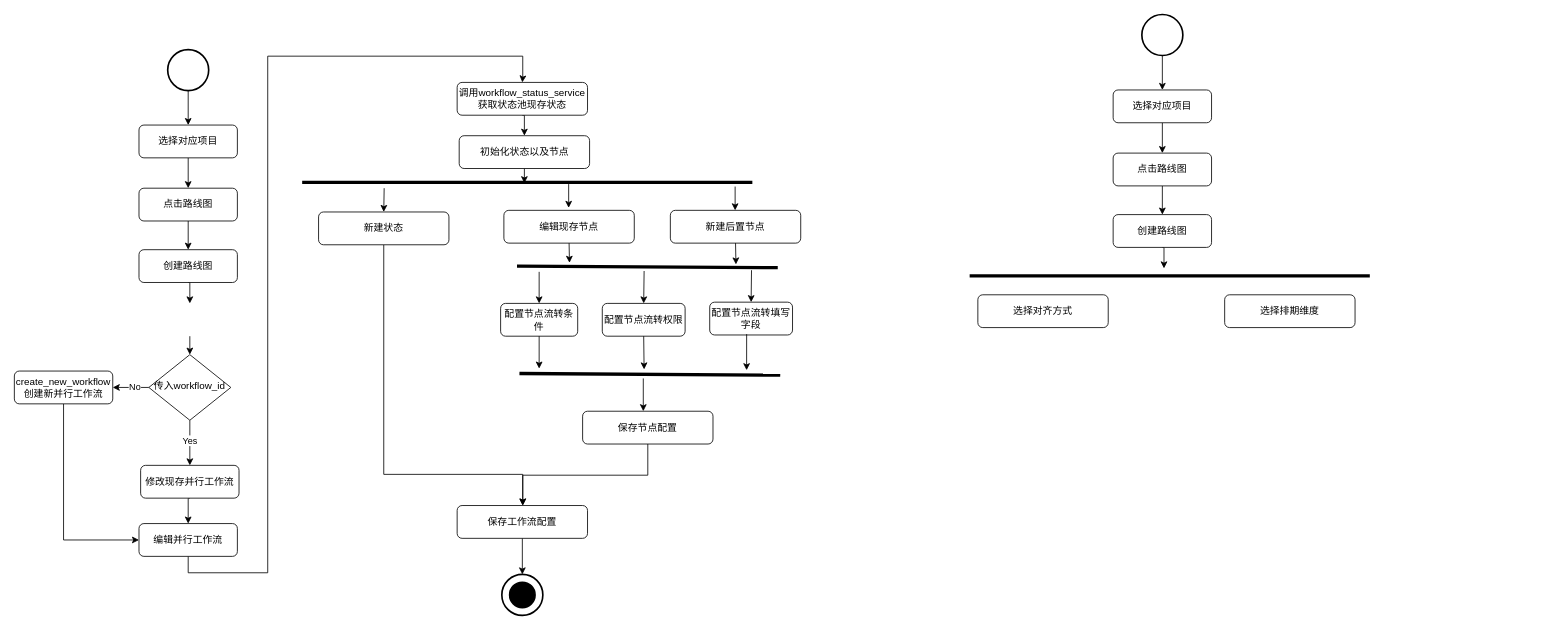
Above: 创建路线图流程图.drawio in qf2020/drawio (draw.io), before the change. Source tidied: cells renumbered, new cells numbered last; positions are measured from the earlier drawing's top-left corner, leaving out a move shared by most shapes. Both pictures are drawn from the tidied source at 82%, with x=0, y=0 at pixel (14, 14).
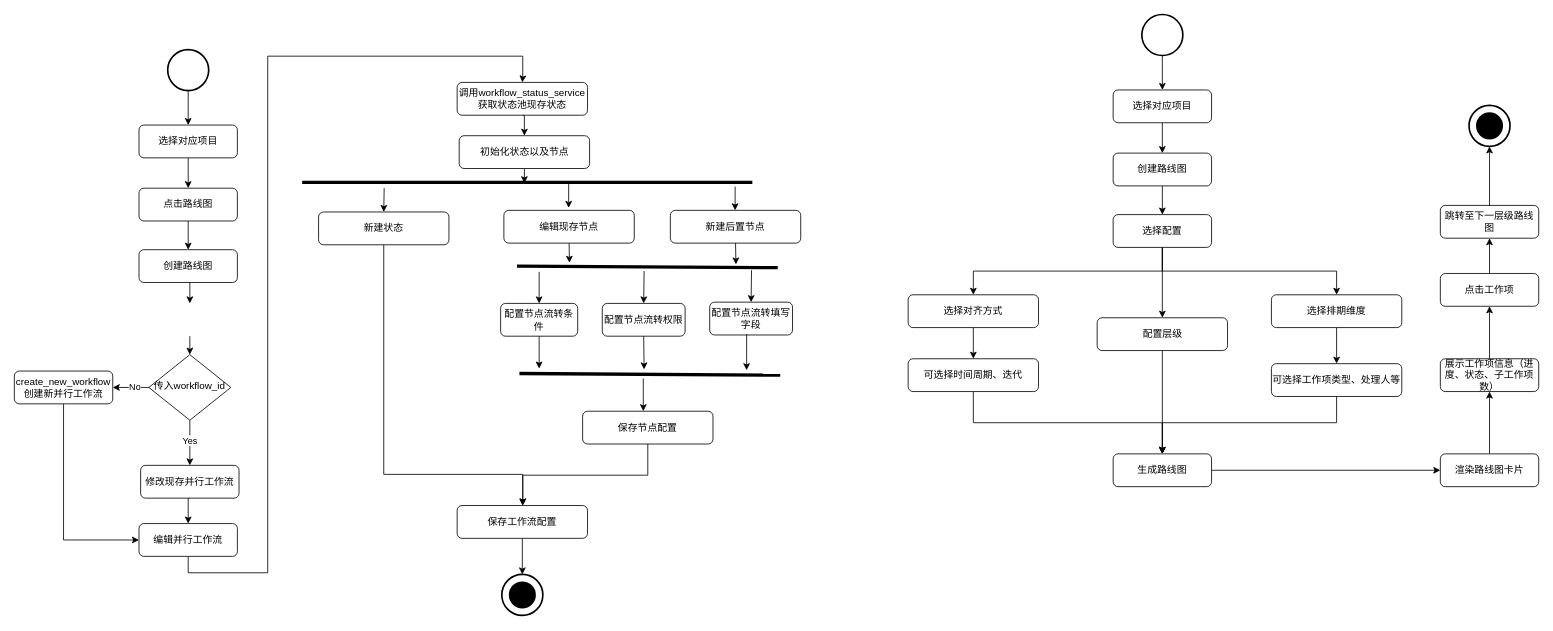
Above is the later version.

Commit message (it also covers changes not shown here):
更新创建路线图流程图.drawio

What changed in the source:
```diff
@@
-    <mxCell id="59" value="点击路线图" style="rounded=1;whiteSpace=wrap;html=1;fontSize=12;glass=0;strokeWidth=1;shadow=0;" parent="1" vertex="1">
+    <mxCell id="59" value="创建路线图" style="rounded=1;whiteSpace=wrap;html=1;fontSize=12;glass=0;strokeWidth=1;shadow=0;" parent="1" vertex="1">
       <mxGeometry x="1340" y="169.2" width="120" height="40" as="geometry" />
     </mxCell>
-    <mxCell id="60" style="edgeStyle=orthogonalEdgeStyle;rounded=0;jettySize=auto;html=1;exitX=0.5;exitY=1;exitDx=0;exitDy=0;entryX=0.5;entryY=0;entryDx=0;entryDy=0;" parent="1" edge="1" source="61">
-      <mxGeometry relative="1" as="geometry">
-        <mxPoint x="1402" y="309.8" as="targetPoint" />
-      </mxGeometry>
+    <mxCell id="60" style="edgeStyle=orthogonalEdgeStyle;rounded=0;jettySize=auto;html=1;exitX=0.5;exitY=1;exitDx=0;exitDy=0;entryX=0.5;entryY=0;entryDx=0;entryDy=0;" parent="1" edge="1" source="61" target="63">
+      <mxGeometry relative="1" as="geometry" />
     </mxCell>
+    <mxCell id="65" style="edgeStyle=orthogonalEdgeStyle;rounded=0;jettySize=auto;html=1;exitX=0.5;exitY=1;exitDx=0;exitDy=0;entryX=0.5;entryY=0;entryDx=0;entryDy=0;" parent="1" edge="1" source="61" target="82">
+      <mxGeometry relative="1" as="geometry" />
+    </mxCell>
-    <mxCell id="61" value="创建路线图" style="rounded=1;whiteSpace=wrap;html=1;fontSize=12;glass=0;strokeWidth=1;shadow=0;" parent="1" vertex="1">
+    <mxCell id="61" value="选择配置" style="rounded=1;whiteSpace=wrap;html=1;fontSize=12;glass=0;strokeWidth=1;shadow=0;" parent="1" vertex="1">
       <mxGeometry x="1340" y="244.2" width="120" height="40" as="geometry" />
     </mxCell>
-    <mxCell id="62" style="endArrow=none;html=1;rounded=0;strokeWidth=4;" parent="1" edge="1">
-      <mxGeometry relative="1" as="geometry">
-        <mxPoint x="1165" y="319" as="sourcePoint" />
-        <mxPoint x="1653" y="319" as="targetPoint" />
-      </mxGeometry>
-    </mxCell>
+    <mxCell id="66" style="edgeStyle=orthogonalEdgeStyle;rounded=0;jettySize=auto;html=1;exitX=0.5;exitY=1;exitDx=0;exitDy=0;entryX=0.5;entryY=0;entryDx=0;entryDy=0;" parent="1" edge="1" source="63" target="70">
+      <mxGeometry relative="1" as="geometry" />
+    </mxCell>
     <mxCell id="63" value="选择对齐方式" style="rounded=1;whiteSpace=wrap;html=1;fontSize=12;glass=0;strokeWidth=1;shadow=0;" parent="1" vertex="1">
-      <mxGeometry x="1175" y="342" width="159" height="40" as="geometry" />
+      <mxGeometry x="1090" y="342" width="159" height="40" as="geometry" />
     </mxCell>
+    <mxCell id="67" style="edgeStyle=orthogonalEdgeStyle;rounded=0;jettySize=auto;html=1;exitX=0.5;exitY=1;exitDx=0;exitDy=0;entryX=0.5;entryY=0;entryDx=0;entryDy=0;" parent="1" edge="1" source="64" target="72">
+      <mxGeometry relative="1" as="geometry" />
+    </mxCell>
     <mxCell id="64" value="选择排期维度" style="rounded=1;whiteSpace=wrap;html=1;fontSize=12;glass=0;strokeWidth=1;shadow=0;" parent="1" vertex="1">
-      <mxGeometry x="1476" y="342" width="159" height="40" as="geometry" />
+      <mxGeometry x="1533" y="342" width="159" height="40" as="geometry" />
     </mxCell>
+    <mxCell id="68" style="edgeStyle=orthogonalEdgeStyle;rounded=0;jettySize=auto;html=1;exitX=0.5;exitY=1;exitDx=0;exitDy=0;entryX=0.5;entryY=0;entryDx=0;entryDy=0;" parent="1" edge="1" source="61" target="64">
+      <mxGeometry relative="1" as="geometry" />
+    </mxCell>
+    <mxCell id="69" style="edgeStyle=orthogonalEdgeStyle;rounded=0;jettySize=auto;html=1;exitX=0.5;exitY=1;exitDx=0;exitDy=0;" parent="1" edge="1" source="70" target="74">
+      <mxGeometry relative="1" as="geometry" />
+    </mxCell>
+    <mxCell id="70" value="可选择时间周期、迭代" style="rounded=1;whiteSpace=wrap;html=1;fontSize=12;glass=0;strokeWidth=1;shadow=0;" parent="1" vertex="1">
+      <mxGeometry x="1090" y="420" width="159" height="40" as="geometry" />
+    </mxCell>
+    <mxCell id="71" style="edgeStyle=orthogonalEdgeStyle;rounded=0;jettySize=auto;html=1;exitX=0.5;exitY=1;exitDx=0;exitDy=0;entryX=0.5;entryY=0;entryDx=0;entryDy=0;" parent="1" edge="1" source="72" target="74">
+      <mxGeometry relative="1" as="geometry">
+        <Array as="points">
+          <mxPoint x="1613" y="498" />
+          <mxPoint x="1400" y="498" />
+        </Array>
+      </mxGeometry>
+    </mxCell>
+    <mxCell id="72" value="可选择工作项类型、处理人等" style="rounded=1;whiteSpace=wrap;html=1;fontSize=12;glass=0;strokeWidth=1;shadow=0;" parent="1" vertex="1">
+      <mxGeometry x="1533" y="426" width="159" height="40" as="geometry" />
+    </mxCell>
+    <mxCell id="73" style="edgeStyle=orthogonalEdgeStyle;rounded=0;jettySize=auto;html=1;exitX=1;exitY=0.5;exitDx=0;exitDy=0;entryX=0;entryY=0.5;entryDx=0;entryDy=0;" parent="1" edge="1" source="74" target="76">
+      <mxGeometry relative="1" as="geometry" />
+    </mxCell>
+    <mxCell id="74" value="生成路线图" style="rounded=1;whiteSpace=wrap;html=1;fontSize=12;glass=0;strokeWidth=1;shadow=0;" parent="1" vertex="1">
+      <mxGeometry x="1340" y="536" width="120" height="40" as="geometry" />
+    </mxCell>
+    <mxCell id="75" style="edgeStyle=orthogonalEdgeStyle;rounded=0;jettySize=auto;html=1;" parent="1" edge="1" source="76" target="78">
+      <mxGeometry relative="1" as="geometry" />
+    </mxCell>
+    <mxCell id="76" value="渲染路线图卡片" style="rounded=1;whiteSpace=wrap;html=1;fontSize=12;glass=0;strokeWidth=1;shadow=0;" parent="1" vertex="1">
+      <mxGeometry x="1739" y="536" width="120" height="40" as="geometry" />
+    </mxCell>
+    <mxCell id="77" style="edgeStyle=orthogonalEdgeStyle;rounded=0;jettySize=auto;html=1;exitX=0.5;exitY=0;exitDx=0;exitDy=0;entryX=0.5;entryY=1;entryDx=0;entryDy=0;" parent="1" edge="1" source="78" target="80">
+      <mxGeometry relative="1" as="geometry" />
+    </mxCell>
+    <mxCell id="78" value="展示工作项信息（进度、状态、子工作项数）" style="rounded=1;whiteSpace=wrap;html=1;fontSize=12;glass=0;strokeWidth=1;shadow=0;" parent="1" vertex="1">
+      <mxGeometry x="1739" y="420" width="120" height="40" as="geometry" />
+    </mxCell>
+    <mxCell id="79" style="edgeStyle=orthogonalEdgeStyle;rounded=0;jettySize=auto;html=1;exitX=0.5;exitY=0;exitDx=0;exitDy=0;entryX=0.5;entryY=1;entryDx=0;entryDy=0;" parent="1" edge="1" source="80" target="83">
+      <mxGeometry relative="1" as="geometry" />
+    </mxCell>
+    <mxCell id="80" value="点击工作项" style="rounded=1;whiteSpace=wrap;html=1;fontSize=12;glass=0;strokeWidth=1;shadow=0;" parent="1" vertex="1">
+      <mxGeometry x="1739" y="316" width="120" height="40" as="geometry" />
+    </mxCell>
+    <mxCell id="81" style="edgeStyle=orthogonalEdgeStyle;rounded=0;jettySize=auto;html=1;exitX=0.5;exitY=1;exitDx=0;exitDy=0;entryX=0.5;entryY=0;entryDx=0;entryDy=0;" parent="1" edge="1" source="82" target="74">
+      <mxGeometry relative="1" as="geometry" />
+    </mxCell>
+    <mxCell id="82" value="配置层级" style="rounded=1;whiteSpace=wrap;html=1;fontSize=12;glass=0;strokeWidth=1;shadow=0;" parent="1" vertex="1">
+      <mxGeometry x="1320.5" y="370" width="159" height="40" as="geometry" />
+    </mxCell>
+    <mxCell id="83" value="跳转至下一层级路线图" style="rounded=1;whiteSpace=wrap;html=1;fontSize=12;glass=0;strokeWidth=1;shadow=0;" parent="1" vertex="1">
+      <mxGeometry x="1739" y="233" width="120" height="40" as="geometry" />
+    </mxCell>
+    <mxCell id="84" style="strokeWidth=2;html=1;shape=mxgraph.flowchart.start_2;whiteSpace=wrap;" parent="1" vertex="1">
+      <mxGeometry x="1774" y="111" width="50" height="50" as="geometry" />
+    </mxCell>
+    <mxCell id="85" style="strokeWidth=2;html=1;shape=mxgraph.flowchart.start_2;whiteSpace=wrap;fillColor=#000000;" parent="1" vertex="1">
+      <mxGeometry x="1783.5" y="120.5" width="31" height="31" as="geometry" />
+    </mxCell>
+    <mxCell id="86" style="edgeStyle=orthogonalEdgeStyle;rounded=0;jettySize=auto;html=1;exitX=0.5;exitY=0;exitDx=0;exitDy=0;entryX=0.5;entryY=1;entryDx=0;entryDy=0;entryPerimeter=0;" parent="1" edge="1" source="83" target="84">
+      <mxGeometry relative="1" as="geometry" />
+    </mxCell>
```
